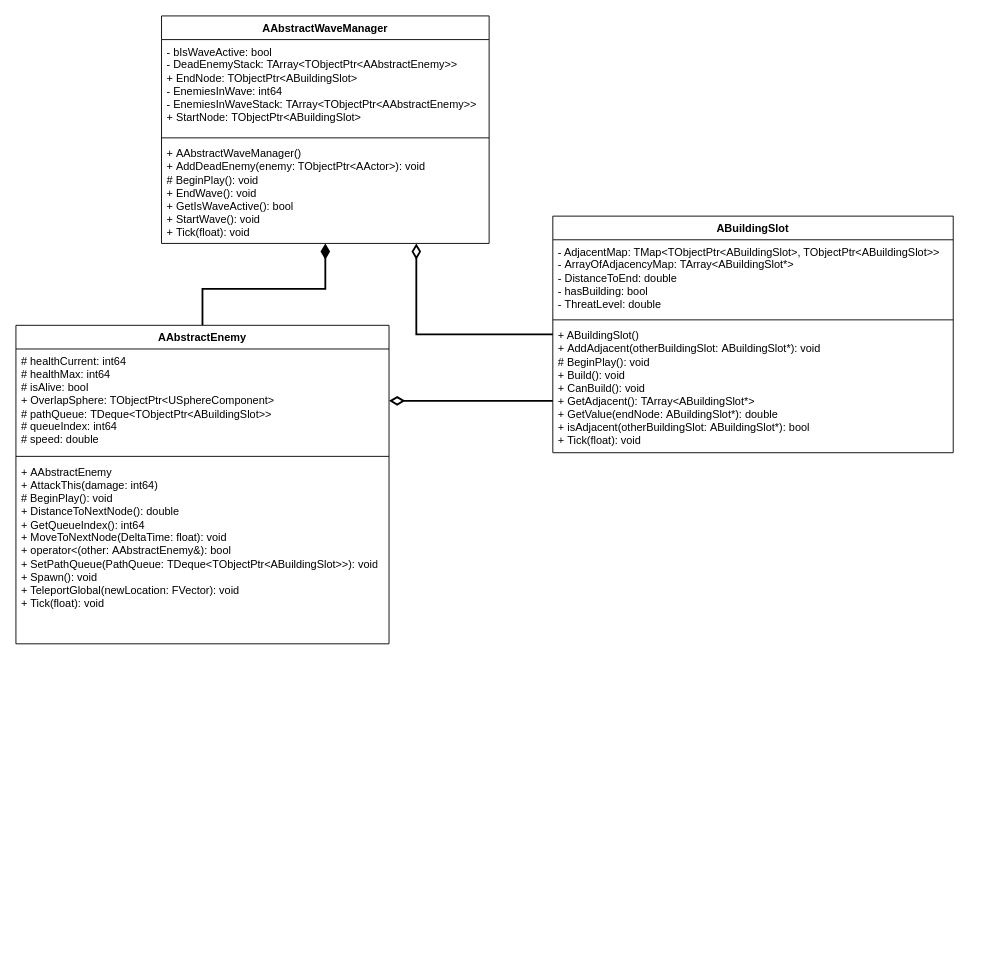
Before: UML.drawio in herrkrabbe/Programming3TD, a draw.io diagram. Source tidied: cells renumbered, new cells numbered last; positions are measured from the earlier drawing's top-left corner, leaving out a move shared by most shapes. Both pictures are drawn from the tidied source at 91%, with x=0, y=0 at pixel (15, 15).
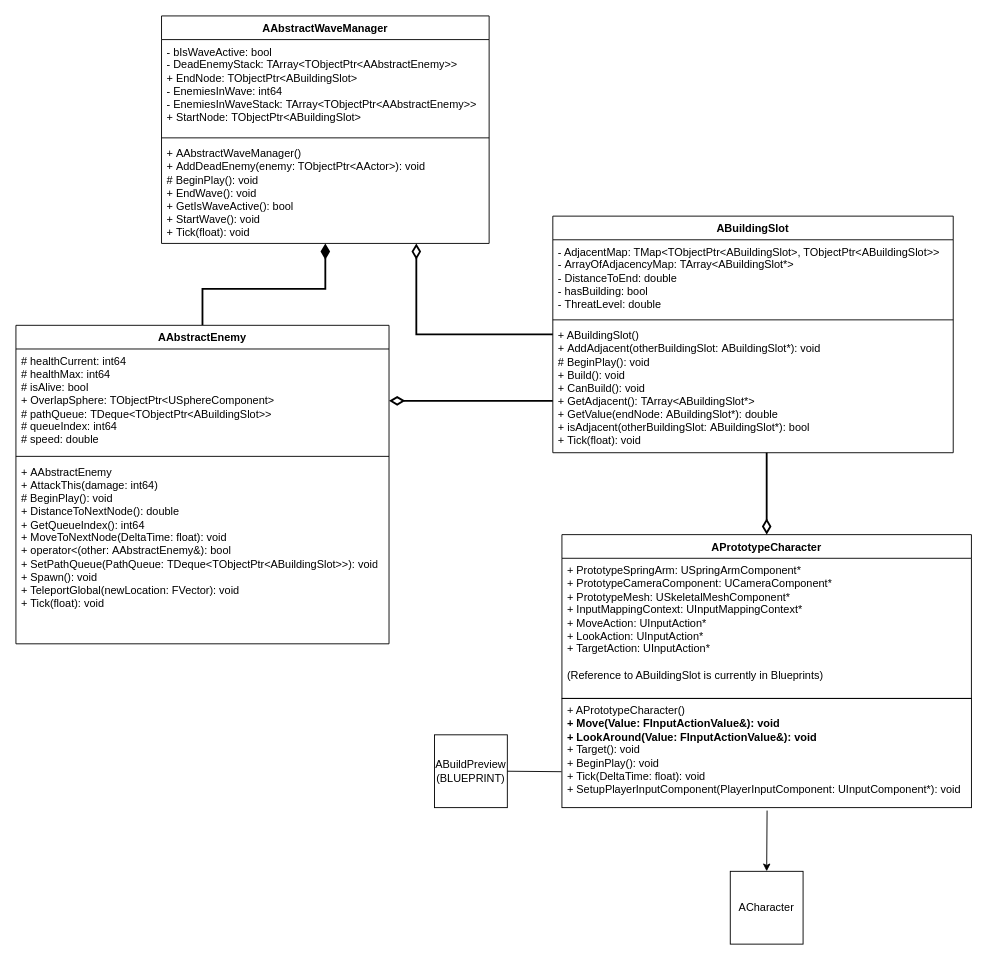
The same diagram, later.

Commit message:
Added prototypecharacter, and 2 blueprints

The change refers to these unchanged cells:
```xml
<mxCell id="15" value="+ ABuildingSlot()&lt;div&gt;+&amp;nbsp;AddAdjacent(otherBuildingSlot:&amp;nbsp;ABuildingSlot*): void&lt;/div&gt;&lt;div&gt;# BeginPlay(): void&lt;br&gt;&lt;/div&gt;&lt;div&gt;+ Build(): void&lt;/div&gt;&lt;div&gt;+&amp;nbsp;CanBuild(): void&lt;/div&gt;&lt;div&gt;+&amp;nbsp;GetAdjacent():&amp;nbsp;TArray&amp;lt;ABuildingSlot*&amp;gt;&lt;/div&gt;&lt;div&gt;+&amp;nbsp;GetValue(&lt;span style=&quot;background-color: initial;&quot;&gt;endNode:&amp;nbsp;&lt;/span&gt;&lt;span style=&quot;background-color: initial;&quot;&gt;ABuildingSlot*): double&lt;/span&gt;&lt;/div&gt;&lt;div&gt;&lt;span style=&quot;background-color: initial;&quot;&gt;+&amp;nbsp;&lt;/span&gt;&lt;span style=&quot;background-color: initial;&quot;&gt;isAdjacent(&lt;/span&gt;&lt;span style=&quot;background-color: initial;&quot;&gt;otherBuildingSlot:&amp;nbsp;&lt;/span&gt;&lt;span style=&quot;background-color: initial;&quot;&gt;ABuildingSlot*): bool&lt;/span&gt;&lt;/div&gt;&lt;div&gt;+&amp;nbsp;Tick(float): void&lt;span style=&quot;background-color: initial;&quot;&gt;&lt;br&gt;&lt;/span&gt;&lt;/div&gt;" style="text;strokeColor=none;fillColor=none;align=left;verticalAlign=top;spacingLeft=4;spacingRight=4;overflow=hidden;points=[[0,0.5],[1,0.5]];portConstraint=eastwest;whiteSpace=wrap;html=1;" parent="12" vertex="1">
  <mxGeometry y="118" width="440" height="142" as="geometry" />
</mxCell>
```

Change to the diagram source:
```diff
@@
+    <mxCell id="17" value="APrototypeCharacter" style="swimlane;fontStyle=1;align=center;verticalAlign=top;horizontal=1;startSize=26;whiteSpace=wrap;html=1;" parent="1" vertex="1">
+      <mxGeometry x="600" y="570" width="450" height="180" as="geometry" />
+    </mxCell>
+    <mxCell id="18" value="+ PrototypeSpringArm: USpringArmComponent*&lt;div&gt;+&amp;nbsp;&lt;span style=&quot;white-space: normal;&quot;&gt;&lt;span style=&quot;background-color: initial;&quot;&gt;PrototypeCameraComponent:&amp;nbsp;&lt;/span&gt;&lt;/span&gt;&lt;span style=&quot;background-color: initial;&quot;&gt;UCameraComponent*&lt;/span&gt;&lt;/div&gt;&lt;div&gt;&lt;span style=&quot;background-color: initial;&quot;&gt;+&amp;nbsp;&lt;/span&gt;&lt;span style=&quot;background-color: initial;&quot;&gt;PrototypeMesh:&amp;nbsp;&lt;/span&gt;&lt;span style=&quot;background-color: initial;&quot;&gt;USkeletalMeshComponent*&amp;nbsp;&lt;/span&gt;&lt;/div&gt;&lt;div&gt;&lt;span style=&quot;background-color: initial;&quot;&gt;+&amp;nbsp;&lt;/span&gt;&lt;span style=&quot;background-color: initial;&quot;&gt;InputMappingContext:&amp;nbsp;&lt;/span&gt;&lt;span style=&quot;background-color: initial;&quot;&gt;UInputMappingContext*&amp;nbsp;&lt;/span&gt;&lt;/div&gt;&lt;div&gt;&lt;span style=&quot;background-color: initial;&quot;&gt;+&amp;nbsp;&lt;/span&gt;&lt;span style=&quot;background-color: initial;&quot;&gt;MoveAction:&amp;nbsp;&lt;/span&gt;&lt;span style=&quot;background-color: initial;&quot;&gt;UInputAction*&amp;nbsp;&lt;/span&gt;&lt;/div&gt;&lt;div&gt;&lt;span style=&quot;background-color: initial;&quot;&gt;+&amp;nbsp;&lt;/span&gt;&lt;span style=&quot;background-color: initial;&quot;&gt;LookAction:&amp;nbsp;&lt;/span&gt;&lt;span style=&quot;background-color: initial;&quot;&gt;UInputAction*&amp;nbsp;&lt;/span&gt;&lt;/div&gt;&lt;div&gt;&lt;span style=&quot;background-color: initial;&quot;&gt;+&amp;nbsp;&lt;/span&gt;&lt;span style=&quot;background-color: initial;&quot;&gt;TargetAction:&amp;nbsp;&lt;/span&gt;&lt;span style=&quot;background-color: initial;&quot;&gt;UInputAction*&lt;/span&gt;&lt;/div&gt;&lt;div&gt;&lt;span style=&quot;background-color: initial;&quot;&gt;&lt;br&gt;&lt;/span&gt;&lt;/div&gt;&lt;div&gt;&lt;span style=&quot;background-color: initial;&quot;&gt;(Reference to ABuildingSlot is currently in Blueprints)&lt;/span&gt;&lt;/div&gt;" style="text;strokeColor=none;fillColor=none;align=left;verticalAlign=top;spacingLeft=4;spacingRight=4;overflow=hidden;whiteSpace=wrap;html=1;" parent="17" vertex="1">
+      <mxGeometry y="26" width="450" height="154" as="geometry" />
+    </mxCell>
+    <mxCell id="19" value="ACharacter" style="whiteSpace=wrap;html=1;" parent="1" vertex="1">
+      <mxGeometry x="785" y="940" width="80" height="80" as="geometry" />
+    </mxCell>
+    <mxCell id="20" style="endArrow=classic;html=1;rounded=0;entryX=0.5;entryY=0;entryDx=0;entryDy=0;exitX=0.501;exitY=1.027;exitDx=0;exitDy=0;exitPerimeter=0;" parent="1" edge="1" source="22" target="19">
+      <mxGeometry relative="1" as="geometry" />
+    </mxCell>
+    <mxCell id="21" style="edgeStyle=orthogonalEdgeStyle;rounded=0;jettySize=auto;html=1;entryX=0.5;entryY=0;entryDx=0;entryDy=0;startArrow=none;startFill=0;endArrow=diamondThin;endFill=0;strokeWidth=2;endSize=12;startSize=12;" parent="1" edge="1" source="15" target="17">
+      <mxGeometry relative="1" as="geometry">
+        <Array as="points">
+          <mxPoint x="825" y="510" />
+          <mxPoint x="825" y="510" />
+        </Array>
+      </mxGeometry>
+    </mxCell>
+    <mxCell id="22" value="&lt;span style=&quot;background-color: initial;&quot;&gt;&lt;div style=&quot;&quot;&gt;+ APrototypeCharacter()&lt;/div&gt;&lt;div style=&quot;font-weight: bold;&quot;&gt;+ Move(&lt;span style=&quot;background-color: initial;&quot;&gt;Value:&amp;nbsp;&lt;/span&gt;&lt;span style=&quot;background-color: initial;&quot;&gt;FInputActionValue&amp;amp;):&amp;nbsp;&lt;/span&gt;&lt;span style=&quot;background-color: initial;&quot;&gt;void&lt;/span&gt;&lt;span style=&quot;background-color: initial;&quot;&gt;&amp;nbsp;&lt;/span&gt;&lt;/div&gt;&lt;div style=&quot;font-weight: bold;&quot;&gt;&lt;span style=&quot;background-color: initial;&quot;&gt;+ LookAround(&lt;/span&gt;&lt;span style=&quot;background-color: initial;&quot;&gt;Value:&amp;nbsp;&lt;/span&gt;&lt;span style=&quot;background-color: initial;&quot;&gt;FInputActionValue&amp;amp;):&amp;nbsp;&lt;/span&gt;&lt;span style=&quot;background-color: initial;&quot;&gt;void&lt;/span&gt;&lt;/div&gt;&lt;div style=&quot;font-weight: bold;&quot;&gt;&lt;span style=&quot;background-color: initial; font-weight: normal;&quot;&gt;+ Target():&amp;nbsp;&lt;/span&gt;&lt;span style=&quot;background-color: initial; font-weight: normal;&quot;&gt;void&lt;/span&gt;&lt;span style=&quot;background-color: initial; font-weight: normal;&quot;&gt;&amp;nbsp;&lt;/span&gt;&lt;/div&gt;&lt;div style=&quot;font-weight: bold;&quot;&gt;&lt;span style=&quot;background-color: initial; font-weight: normal;&quot;&gt;+ BeginPlay():&amp;nbsp;&lt;/span&gt;&lt;span style=&quot;background-color: initial; font-weight: normal;&quot;&gt;void&lt;/span&gt;&lt;span style=&quot;background-color: initial; font-weight: normal;&quot;&gt;&amp;nbsp;&lt;/span&gt;&lt;/div&gt;&lt;div style=&quot;font-weight: bold;&quot;&gt;&lt;span style=&quot;background-color: initial; font-weight: normal;&quot;&gt;+ Tick(DeltaTime: float):&amp;nbsp;&lt;/span&gt;&lt;span style=&quot;background-color: initial; font-weight: normal;&quot;&gt;void&lt;/span&gt;&lt;span style=&quot;background-color: initial; font-weight: normal;&quot;&gt;&amp;nbsp;&lt;/span&gt;&lt;/div&gt;&lt;div style=&quot;font-weight: bold;&quot;&gt;&lt;span style=&quot;background-color: initial; font-weight: normal;&quot;&gt;+ SetupPlayerInputComponent(PlayerInputComponent:&amp;nbsp;&lt;/span&gt;&lt;span style=&quot;background-color: initial; font-weight: normal;&quot;&gt;UInputComponent*&lt;/span&gt;&lt;span style=&quot;background-color: initial; font-weight: normal;&quot;&gt;):&amp;nbsp;&lt;/span&gt;&lt;span style=&quot;background-color: initial; font-weight: normal;&quot;&gt;void&lt;/span&gt;&lt;span style=&quot;background-color: initial; font-weight: normal;&quot;&gt;&amp;nbsp;&lt;/span&gt;&lt;/div&gt;&lt;/span&gt;" style="text;strokeColor=default;fillColor=none;align=left;verticalAlign=top;spacingLeft=4;spacingRight=4;overflow=hidden;points=[[0,0.5],[1,0.5]];portConstraint=eastwest;whiteSpace=wrap;html=1;perimeterSpacing=0;strokeWidth=1;" parent="1" vertex="1">
+      <mxGeometry x="600" y="750" width="450" height="120" as="geometry" />
+    </mxCell>
+    <mxCell id="23" value="ABuildPreview&lt;div&gt;(BLUEPRINT)&lt;/div&gt;" style="whiteSpace=wrap;html=1;" parent="1" vertex="1">
+      <mxGeometry x="460" y="790" width="80" height="80" as="geometry" />
+    </mxCell>
+    <mxCell id="24" style="endArrow=none;html=1;rounded=0;exitX=1;exitY=0.5;exitDx=0;exitDy=0;entryX=-0.001;entryY=0.671;entryDx=0;entryDy=0;entryPerimeter=0;" parent="1" edge="1" source="23" target="22">
+      <mxGeometry relative="1" as="geometry" />
+    </mxCell>
```
